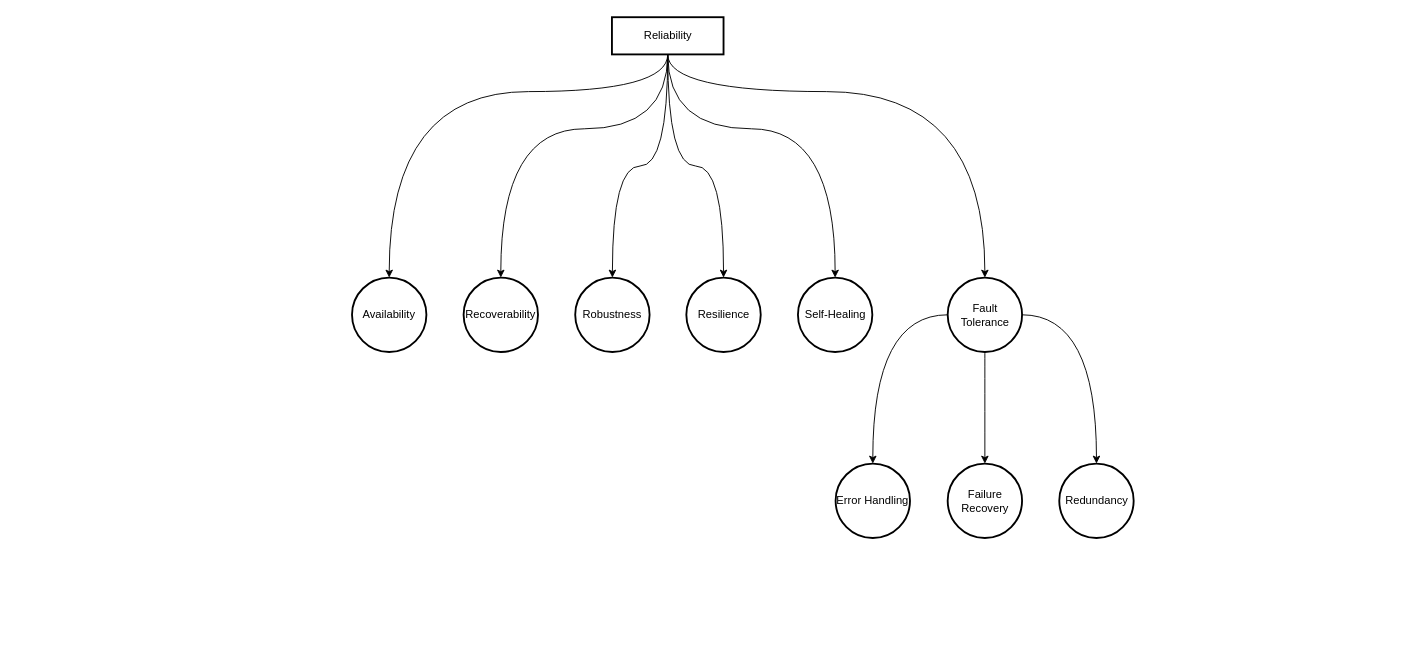
This is page "Reliability" (3 of 5) of System Design/System Design : Non-Functional Requirements.drawio from FilledVaccum/MindMaps, a draw.io file, before an edit. Source tidied: cells renumbered, new cells numbered last; positions are measured from the earlier drawing's top-left corner, leaving out a move shared by most shapes. Both pictures are drawn from the tidied source at 93%, with x=0, y=0 at pixel (352, 17).
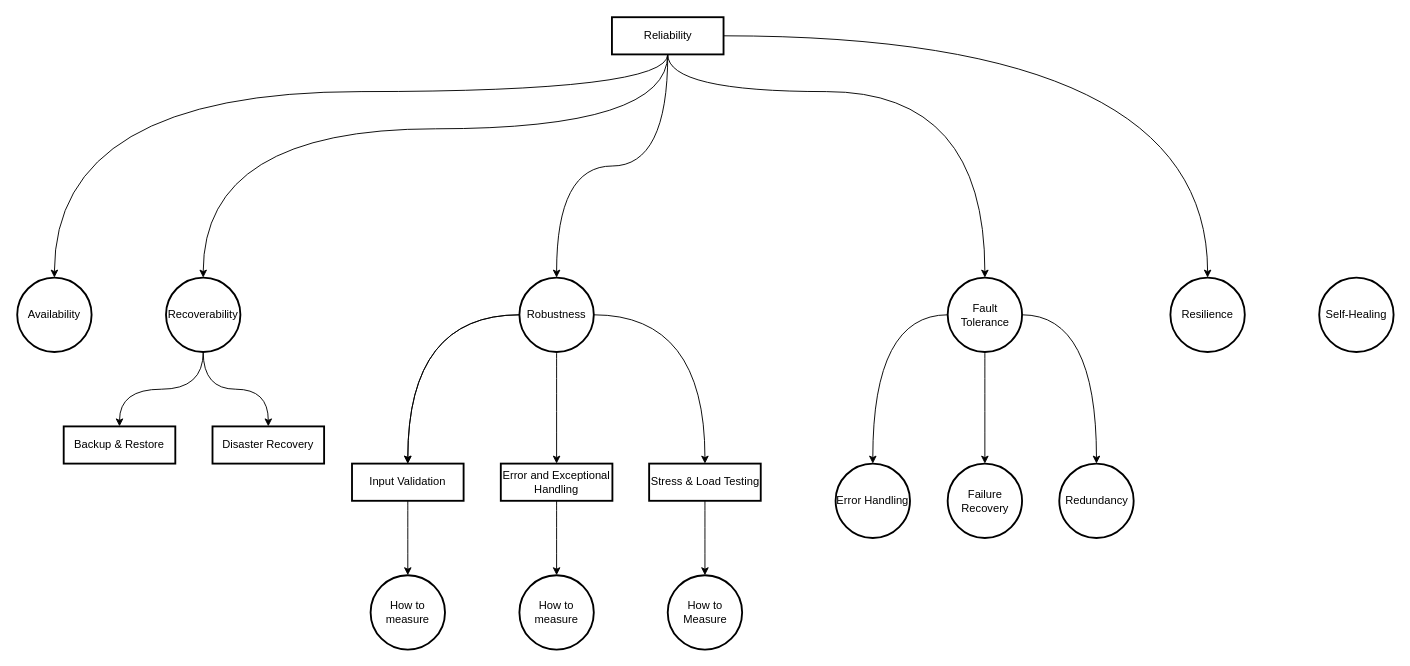
Above is the later version.

What changed in the source:
```diff
@@
-    <mxCell id="2" style="edgeStyle=orthogonalEdgeStyle;shape=connector;curved=1;rounded=0;hachureGap=4;jettySize=auto;html=1;strokeColor=default;align=center;verticalAlign=middle;fontFamily=Architects Daughter;fontSize=11;fontColor=default;labelBackgroundColor=default;endArrow=classic;entryX=0.5;entryY=0;entryDx=0;entryDy=0;" parent="1" edge="1" source="8" target="9">
+    <mxCell id="2" style="edgeStyle=orthogonalEdgeStyle;shape=connector;curved=1;rounded=0;hachureGap=4;jettySize=auto;strokeColor=default;align=center;verticalAlign=middle;fontFamily=Architects Daughter;fontSize=11;fontColor=default;labelBackgroundColor=default;endArrow=classic;entryX=0.5;entryY=0;entryDx=0;entryDy=0;" parent="1" edge="1" source="8" target="9">
       <mxGeometry relative="1" as="geometry">
         <Array as="points">
           <mxPoint x="340" y="80" />
-          <mxPoint x="40" y="80" />
+          <mxPoint x="-320" y="80" />
         </Array>
       </mxGeometry>
     </mxCell>
-    <mxCell id="3" style="edgeStyle=orthogonalEdgeStyle;shape=connector;curved=1;rounded=0;hachureGap=4;jettySize=auto;html=1;strokeColor=default;align=center;verticalAlign=middle;fontFamily=Architects Daughter;fontSize=11;fontColor=default;labelBackgroundColor=default;endArrow=classic;" parent="1" edge="1" source="8" target="10">
+    <mxCell id="3" style="edgeStyle=orthogonalEdgeStyle;shape=connector;curved=1;rounded=0;hachureGap=4;jettySize=auto;strokeColor=default;align=center;verticalAlign=middle;fontFamily=Architects Daughter;fontSize=11;fontColor=default;labelBackgroundColor=default;endArrow=classic;entryX=0.5;entryY=0;entryDx=0;entryDy=0;" parent="1" edge="1" source="8" target="10">
       <mxGeometry relative="1" as="geometry">
         <Array as="points">
           <mxPoint x="340" y="120" />
-          <mxPoint x="160" y="120" />
+          <mxPoint x="-160" y="120" />
         </Array>
       </mxGeometry>
     </mxCell>
-    <mxCell id="4" style="edgeStyle=orthogonalEdgeStyle;shape=connector;curved=1;rounded=0;hachureGap=4;jettySize=auto;html=1;strokeColor=default;align=center;verticalAlign=middle;fontFamily=Architects Daughter;fontSize=11;fontColor=default;labelBackgroundColor=default;endArrow=classic;entryX=0.5;entryY=0;entryDx=0;entryDy=0;" parent="1" edge="1" source="8" target="14">
+    <mxCell id="4" style="edgeStyle=orthogonalEdgeStyle;shape=connector;curved=1;rounded=0;hachureGap=4;jettySize=auto;strokeColor=default;align=center;verticalAlign=middle;fontFamily=Architects Daughter;fontSize=11;fontColor=default;labelBackgroundColor=default;endArrow=classic;entryX=0.5;entryY=0;entryDx=0;entryDy=0;" parent="1" edge="1" source="8" target="14">
       <mxGeometry relative="1" as="geometry">
         <Array as="points">
           <mxPoint x="340" y="80" />
           <mxPoint x="681" y="80" />
         </Array>
       </mxGeometry>
     </mxCell>
-    <mxCell id="5" style="edgeStyle=orthogonalEdgeStyle;shape=connector;curved=1;rounded=0;hachureGap=4;jettySize=auto;html=1;strokeColor=default;align=center;verticalAlign=middle;fontFamily=Architects Daughter;fontSize=11;fontColor=default;labelBackgroundColor=default;endArrow=classic;" parent="1" edge="1" source="8" target="18">
+    <mxCell id="5" style="edgeStyle=orthogonalEdgeStyle;shape=connector;curved=1;rounded=0;hachureGap=4;jettySize=auto;strokeColor=default;align=center;verticalAlign=middle;fontFamily=Architects Daughter;fontSize=11;fontColor=default;labelBackgroundColor=default;endArrow=classic;exitX=0.5;exitY=1;exitDx=0;exitDy=0;" parent="1" edge="1" source="8" target="18">
       <mxGeometry relative="1" as="geometry" />
     </mxCell>
-    <mxCell id="6" style="edgeStyle=orthogonalEdgeStyle;shape=connector;curved=1;rounded=0;hachureGap=4;jettySize=auto;html=1;strokeColor=default;align=center;verticalAlign=middle;fontFamily=Architects Daughter;fontSize=11;fontColor=default;labelBackgroundColor=default;endArrow=classic;" parent="1" edge="1" source="8" target="19">
+    <mxCell id="6" style="edgeStyle=orthogonalEdgeStyle;shape=connector;curved=1;rounded=0;hachureGap=4;jettySize=auto;strokeColor=default;align=center;verticalAlign=middle;fontFamily=Architects Daughter;fontSize=11;fontColor=default;labelBackgroundColor=default;endArrow=classic;" parent="1" edge="1" source="8" target="19">
       <mxGeometry relative="1" as="geometry" />
     </mxCell>
-    <mxCell id="7" style="edgeStyle=orthogonalEdgeStyle;shape=connector;curved=1;rounded=0;hachureGap=4;jettySize=auto;html=1;strokeColor=default;align=center;verticalAlign=middle;fontFamily=Architects Daughter;fontSize=11;fontColor=default;labelBackgroundColor=default;endArrow=classic;entryX=0.5;entryY=0;entryDx=0;entryDy=0;" parent="1" edge="1" source="8" target="20">
-      <mxGeometry relative="1" as="geometry">
-        <Array as="points">
-          <mxPoint x="340" y="120" />
-          <mxPoint x="520" y="120" />
-        </Array>
-      </mxGeometry>
-    </mxCell>
-    <mxCell id="8" value="Reliability" style="whiteSpace=wrap;strokeWidth=2;" parent="1" vertex="1">
+    <mxCell id="8" value="Reliability" style="strokeWidth=2;whiteSpace=wrap;" parent="1" vertex="1">
       <mxGeometry x="279.5" width="120" height="40" as="geometry" />
     </mxCell>
-    <mxCell id="9" value="Availability" style="ellipse;whiteSpace=wrap;html=1;strokeWidth=2;" parent="1" vertex="1">
-      <mxGeometry y="280" width="80" height="80" as="geometry" />
+    <mxCell id="9" value="Availability" style="ellipse;strokeWidth=2;whiteSpace=wrap;" parent="1" vertex="1">
+      <mxGeometry x="-360" y="280" width="80" height="80" as="geometry" />
     </mxCell>
+    <mxCell id="21" style="edgeStyle=orthogonalEdgeStyle;shape=connector;curved=1;rounded=0;hachureGap=4;jettySize=auto;html=1;strokeColor=default;align=center;verticalAlign=middle;fontFamily=Architects Daughter;fontSize=11;fontColor=default;labelBackgroundColor=default;endArrow=classic;exitX=0.5;exitY=1;exitDx=0;exitDy=0;" parent="1" edge="1" source="10" target="27">
+      <mxGeometry relative="1" as="geometry" />
+    </mxCell>
+    <mxCell id="22" style="edgeStyle=orthogonalEdgeStyle;shape=connector;curved=1;rounded=0;hachureGap=4;jettySize=auto;html=1;strokeColor=default;align=center;verticalAlign=middle;fontFamily=Architects Daughter;fontSize=11;fontColor=default;labelBackgroundColor=default;endArrow=classic;" parent="1" edge="1" source="10" target="28">
+      <mxGeometry relative="1" as="geometry" />
+    </mxCell>
-    <mxCell id="10" value="Recoverability" style="ellipse;whiteSpace=wrap;html=1;strokeWidth=2;" parent="1" vertex="1">
-      <mxGeometry x="120" y="280" width="80" height="80" as="geometry" />
+    <mxCell id="10" value="Recoverability" style="ellipse;strokeWidth=2;whiteSpace=wrap;" parent="1" vertex="1">
+      <mxGeometry x="-200" y="280" width="80" height="80" as="geometry" />
     </mxCell>
-    <mxCell id="11" style="edgeStyle=orthogonalEdgeStyle;shape=connector;curved=1;rounded=0;hachureGap=4;jettySize=auto;html=1;strokeColor=default;align=center;verticalAlign=middle;fontFamily=Architects Daughter;fontSize=11;fontColor=default;labelBackgroundColor=default;endArrow=classic;" parent="1" edge="1" source="14" target="15">
+    <mxCell id="11" style="edgeStyle=orthogonalEdgeStyle;shape=connector;curved=1;rounded=0;hachureGap=4;jettySize=auto;strokeColor=default;align=center;verticalAlign=middle;fontFamily=Architects Daughter;fontSize=11;fontColor=default;labelBackgroundColor=default;endArrow=classic;" parent="1" edge="1" source="14" target="15">
       <mxGeometry relative="1" as="geometry" />
     </mxCell>
-    <mxCell id="12" style="edgeStyle=orthogonalEdgeStyle;shape=connector;curved=1;rounded=0;hachureGap=4;jettySize=auto;html=1;strokeColor=default;align=center;verticalAlign=middle;fontFamily=Architects Daughter;fontSize=11;fontColor=default;labelBackgroundColor=default;endArrow=classic;" parent="1" edge="1" source="14" target="16">
+    <mxCell id="12" style="edgeStyle=orthogonalEdgeStyle;shape=connector;curved=1;rounded=0;hachureGap=4;jettySize=auto;strokeColor=default;align=center;verticalAlign=middle;fontFamily=Architects Daughter;fontSize=11;fontColor=default;labelBackgroundColor=default;endArrow=classic;" parent="1" edge="1" source="14" target="16">
       <mxGeometry relative="1" as="geometry" />
     </mxCell>
-    <mxCell id="13" style="edgeStyle=orthogonalEdgeStyle;shape=connector;curved=1;rounded=0;hachureGap=4;jettySize=auto;html=1;strokeColor=default;align=center;verticalAlign=middle;fontFamily=Architects Daughter;fontSize=11;fontColor=default;labelBackgroundColor=default;endArrow=classic;" parent="1" edge="1" source="14" target="17">
+    <mxCell id="13" style="edgeStyle=orthogonalEdgeStyle;shape=connector;curved=1;rounded=0;hachureGap=4;jettySize=auto;strokeColor=default;align=center;verticalAlign=middle;fontFamily=Architects Daughter;fontSize=11;fontColor=default;labelBackgroundColor=default;endArrow=classic;" parent="1" edge="1" source="14" target="17">
       <mxGeometry relative="1" as="geometry" />
     </mxCell>
-    <mxCell id="14" value="Fault Tolerance" style="ellipse;whiteSpace=wrap;html=1;strokeWidth=2;" parent="1" vertex="1">
+    <mxCell id="14" value="Fault Tolerance" style="ellipse;strokeWidth=2;whiteSpace=wrap;" parent="1" vertex="1">
       <mxGeometry x="640.5" y="280" width="80" height="80" as="geometry" />
     </mxCell>
-    <mxCell id="15" value="Error Handling" style="ellipse;whiteSpace=wrap;html=1;strokeWidth=2;" parent="1" vertex="1">
+    <mxCell id="15" value="Error Handling" style="ellipse;strokeWidth=2;whiteSpace=wrap;" parent="1" vertex="1">
       <mxGeometry x="520" y="480" width="80" height="80" as="geometry" />
     </mxCell>
-    <mxCell id="16" value="Failure Recovery" style="ellipse;whiteSpace=wrap;html=1;strokeWidth=2;" parent="1" vertex="1">
+    <mxCell id="16" value="Failure Recovery" style="ellipse;strokeWidth=2;whiteSpace=wrap;" parent="1" vertex="1">
       <mxGeometry x="640.5" y="480" width="80" height="80" as="geometry" />
     </mxCell>
-    <mxCell id="17" value="Redundancy" style="ellipse;whiteSpace=wrap;html=1;strokeWidth=2;" parent="1" vertex="1">
+    <mxCell id="17" value="Redundancy" style="ellipse;strokeWidth=2;whiteSpace=wrap;" parent="1" vertex="1">
       <mxGeometry x="760.5" y="480" width="80" height="80" as="geometry" />
     </mxCell>
+    <mxCell id="23" style="edgeStyle=orthogonalEdgeStyle;shape=connector;curved=1;rounded=0;hachureGap=4;jettySize=auto;html=1;strokeColor=default;align=center;verticalAlign=middle;fontFamily=Architects Daughter;fontSize=11;fontColor=default;labelBackgroundColor=default;endArrow=classic;" parent="1" edge="1" source="18" target="30">
+      <mxGeometry relative="1" as="geometry" />
+    </mxCell>
+    <mxCell id="24" style="edgeStyle=orthogonalEdgeStyle;shape=connector;curved=1;rounded=0;hachureGap=4;jettySize=auto;html=1;strokeColor=default;align=center;verticalAlign=middle;fontFamily=Architects Daughter;fontSize=11;fontColor=default;labelBackgroundColor=default;endArrow=classic;" parent="1" edge="1" source="18" target="30">
+      <mxGeometry relative="1" as="geometry" />
+    </mxCell>
+    <mxCell id="25" style="edgeStyle=orthogonalEdgeStyle;shape=connector;curved=1;rounded=0;hachureGap=4;jettySize=auto;html=1;strokeColor=default;align=center;verticalAlign=middle;fontFamily=Architects Daughter;fontSize=11;fontColor=default;labelBackgroundColor=default;endArrow=classic;" parent="1" edge="1" source="18" target="32">
+      <mxGeometry relative="1" as="geometry" />
+    </mxCell>
+    <mxCell id="26" style="edgeStyle=orthogonalEdgeStyle;shape=connector;curved=1;rounded=0;hachureGap=4;jettySize=auto;html=1;strokeColor=default;align=center;verticalAlign=middle;fontFamily=Architects Daughter;fontSize=11;fontColor=default;labelBackgroundColor=default;endArrow=classic;" parent="1" edge="1" source="18" target="34">
+      <mxGeometry relative="1" as="geometry" />
+    </mxCell>
-    <mxCell id="18" value="Robustness" style="ellipse;whiteSpace=wrap;html=1;strokeWidth=2;" parent="1" vertex="1">
-      <mxGeometry x="240" y="280" width="80" height="80" as="geometry" />
+    <mxCell id="18" value="Robustness" style="ellipse;strokeWidth=2;whiteSpace=wrap;" parent="1" vertex="1">
+      <mxGeometry x="180" y="280" width="80" height="80" as="geometry" />
     </mxCell>
-    <mxCell id="19" value="Resilience" style="ellipse;whiteSpace=wrap;html=1;strokeWidth=2;" parent="1" vertex="1">
-      <mxGeometry x="359.5" y="280" width="80" height="80" as="geometry" />
+    <mxCell id="19" value="Resilience" style="ellipse;strokeWidth=2;whiteSpace=wrap;" parent="1" vertex="1">
+      <mxGeometry x="880" y="280" width="80" height="80" as="geometry" />
     </mxCell>
-    <mxCell id="20" value="Self-Healing" style="ellipse;whiteSpace=wrap;html=1;strokeWidth=2;" parent="1" vertex="1">
-      <mxGeometry x="479.5" y="280" width="80" height="80" as="geometry" />
+    <mxCell id="20" value="Self-Healing" style="ellipse;strokeWidth=2;whiteSpace=wrap;" parent="1" vertex="1">
+      <mxGeometry x="1040" y="280" width="80" height="80" as="geometry" />
     </mxCell>
+    <mxCell id="27" value="Backup &amp;amp; Restore" style="whiteSpace=wrap;html=1;strokeWidth=2;" parent="1" vertex="1">
+      <mxGeometry x="-310" y="440" width="120" height="40" as="geometry" />
+    </mxCell>
+    <mxCell id="28" value="Disaster Recovery" style="whiteSpace=wrap;html=1;strokeWidth=2;" parent="1" vertex="1">
+      <mxGeometry x="-150" y="440" width="120" height="40" as="geometry" />
+    </mxCell>
+    <mxCell id="29" style="edgeStyle=orthogonalEdgeStyle;shape=connector;curved=1;rounded=0;hachureGap=4;jettySize=auto;html=1;strokeColor=default;align=center;verticalAlign=middle;fontFamily=Architects Daughter;fontSize=11;fontColor=default;labelBackgroundColor=default;endArrow=classic;" parent="1" edge="1" source="30" target="35">
+      <mxGeometry relative="1" as="geometry" />
+    </mxCell>
+    <mxCell id="30" value="Input Validation" style="whiteSpace=wrap;html=1;strokeWidth=2;" parent="1" vertex="1">
+      <mxGeometry y="480" width="120" height="40" as="geometry" />
+    </mxCell>
+    <mxCell id="31" style="edgeStyle=orthogonalEdgeStyle;shape=connector;curved=1;rounded=0;hachureGap=4;jettySize=auto;html=1;strokeColor=default;align=center;verticalAlign=middle;fontFamily=Architects Daughter;fontSize=11;fontColor=default;labelBackgroundColor=default;endArrow=classic;" parent="1" edge="1" source="32" target="36">
+      <mxGeometry relative="1" as="geometry" />
+    </mxCell>
+    <mxCell id="32" value="Error and Exceptional Handling" style="whiteSpace=wrap;html=1;strokeWidth=2;" parent="1" vertex="1">
+      <mxGeometry x="160" y="480" width="120" height="40" as="geometry" />
+    </mxCell>
+    <mxCell id="33" style="edgeStyle=orthogonalEdgeStyle;shape=connector;curved=1;rounded=0;hachureGap=4;jettySize=auto;html=1;strokeColor=default;align=center;verticalAlign=middle;fontFamily=Architects Daughter;fontSize=11;fontColor=default;labelBackgroundColor=default;endArrow=classic;" parent="1" edge="1" source="34" target="37">
+      <mxGeometry relative="1" as="geometry" />
+    </mxCell>
+    <mxCell id="34" value="Stress &amp;amp; Load Testing" style="whiteSpace=wrap;html=1;strokeWidth=2;" parent="1" vertex="1">
+      <mxGeometry x="319.5" y="480" width="120" height="40" as="geometry" />
+    </mxCell>
+    <mxCell id="35" value="How to measure" style="ellipse;whiteSpace=wrap;html=1;strokeWidth=2;" parent="1" vertex="1">
+      <mxGeometry x="20" y="600" width="80" height="80" as="geometry" />
+    </mxCell>
+    <mxCell id="36" value="How to measure" style="ellipse;whiteSpace=wrap;html=1;strokeWidth=2;" parent="1" vertex="1">
+      <mxGeometry x="180" y="600" width="80" height="80" as="geometry" />
+    </mxCell>
+    <mxCell id="37" value="How to Measure" style="ellipse;whiteSpace=wrap;html=1;strokeWidth=2;" parent="1" vertex="1">
+      <mxGeometry x="339.5" y="600" width="80" height="80" as="geometry" />
+    </mxCell>
```
